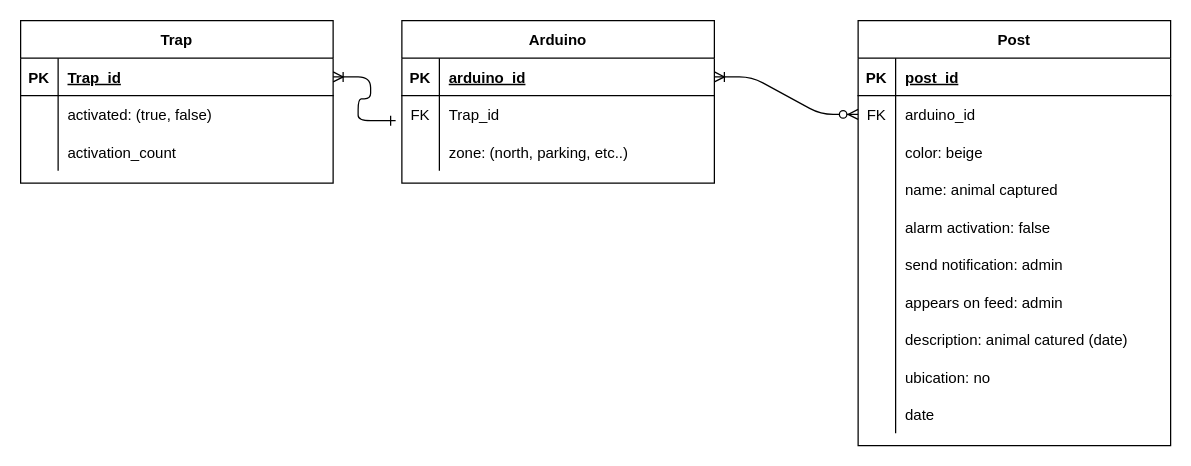
The draw.io diagram ERM IoT.drawio in EmergenBis/emergenbis-iot-backend, before the edit. Source tidied: cells renumbered, new cells numbered last; positions are measured from the earlier drawing's top-left corner, leaving out a move shared by most shapes. Both pictures are drawn from the tidied source at 125%, with x=0, y=0 at pixel (20, 20).
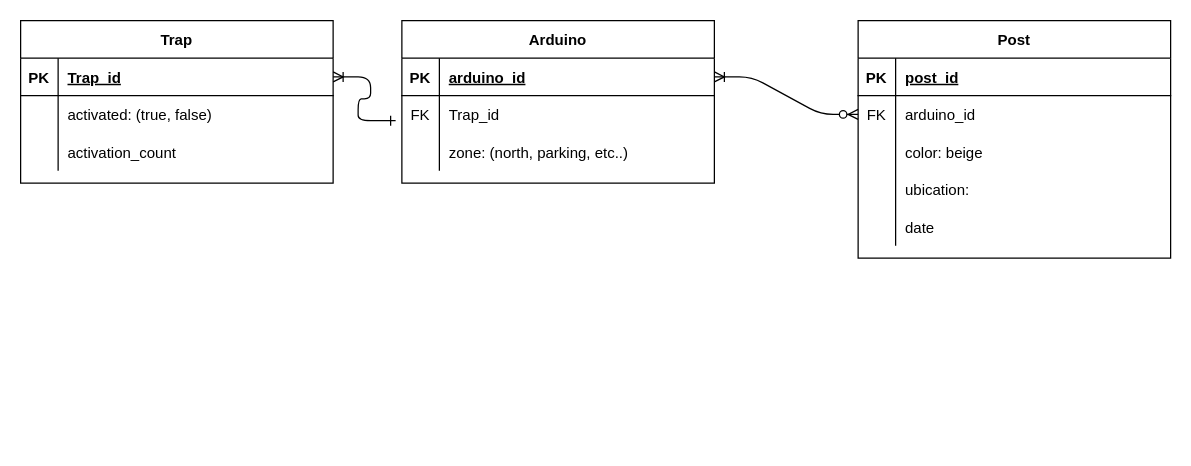
The same page after the edit.

What changed in the source:
```diff
@@
     <mxCell id="13" value="Post" style="shape=table;startSize=30;childLayout=tableLayout;rowLines=0;fontStyle=1;align=center;" parent="1" vertex="1">
-      <mxGeometry x="670" width="250" height="340" as="geometry" />
+      <mxGeometry x="670" width="250" height="190" as="geometry" />
     </mxCell>
@@
-    <mxCell id="23" style="shape=partialRectangle;fillColor=none;top=0;left=0;right=0;bottom=0;" parent="13" vertex="1">
-      <mxGeometry y="120" width="250" height="30" as="geometry" />
-    </mxCell>
-    <mxCell id="24" style="shape=partialRectangle;overflow=hidden;fillColor=none;top=0;left=0;bottom=0;right=0;" parent="23" vertex="1">
-      <mxGeometry width="30" height="30" as="geometry" />
-    </mxCell>
-    <mxCell id="25" value="name: animal captured" style="shape=partialRectangle;overflow=hidden;fillColor=none;top=0;left=0;bottom=0;right=0;align=left;spacingLeft=6;" parent="23" vertex="1">
-      <mxGeometry x="30" width="220" height="30" as="geometry" />
-    </mxCell>
-    <mxCell id="26" style="shape=partialRectangle;fillColor=none;top=0;left=0;right=0;bottom=0;" parent="13" vertex="1">
-      <mxGeometry y="150" width="250" height="30" as="geometry" />
-    </mxCell>
-    <mxCell id="27" style="shape=partialRectangle;overflow=hidden;fillColor=none;top=0;left=0;bottom=0;right=0;" parent="26" vertex="1">
-      <mxGeometry width="30" height="30" as="geometry" />
-    </mxCell>
-    <mxCell id="28" value="alarm activation: false" style="shape=partialRectangle;overflow=hidden;fillColor=none;top=0;left=0;bottom=0;right=0;align=left;spacingLeft=6;" parent="26" vertex="1">
-      <mxGeometry x="30" width="220" height="30" as="geometry" />
-    </mxCell>
-    <mxCell id="29" style="shape=partialRectangle;fillColor=none;top=0;left=0;right=0;bottom=0;" parent="13" vertex="1">
-      <mxGeometry y="180" width="250" height="30" as="geometry" />
-    </mxCell>
-    <mxCell id="30" style="shape=partialRectangle;overflow=hidden;fillColor=none;top=0;left=0;bottom=0;right=0;" parent="29" vertex="1">
-      <mxGeometry width="30" height="30" as="geometry" />
-    </mxCell>
-    <mxCell id="31" value="send notification: admin" style="shape=partialRectangle;overflow=hidden;fillColor=none;top=0;left=0;bottom=0;right=0;align=left;spacingLeft=6;" parent="29" vertex="1">
-      <mxGeometry x="30" width="220" height="30" as="geometry" />
-    </mxCell>
-    <mxCell id="32" style="shape=partialRectangle;fillColor=none;top=0;left=0;right=0;bottom=0;" parent="13" vertex="1">
-      <mxGeometry y="210" width="250" height="30" as="geometry" />
-    </mxCell>
-    <mxCell id="33" style="shape=partialRectangle;overflow=hidden;fillColor=none;top=0;left=0;bottom=0;right=0;" parent="32" vertex="1">
-      <mxGeometry width="30" height="30" as="geometry" />
-    </mxCell>
-    <mxCell id="34" value="appears on feed: admin" style="shape=partialRectangle;overflow=hidden;fillColor=none;top=0;left=0;bottom=0;right=0;align=left;spacingLeft=6;" parent="32" vertex="1">
-      <mxGeometry x="30" width="220" height="30" as="geometry" />
-    </mxCell>
-    <mxCell id="35" style="shape=partialRectangle;fillColor=none;top=0;left=0;right=0;bottom=0;" parent="13" vertex="1">
-      <mxGeometry y="240" width="250" height="30" as="geometry" />
-    </mxCell>
-    <mxCell id="36" style="shape=partialRectangle;overflow=hidden;fillColor=none;top=0;left=0;bottom=0;right=0;" parent="35" vertex="1">
-      <mxGeometry width="30" height="30" as="geometry" />
-    </mxCell>
-    <mxCell id="37" value="description: animal catured (date)" style="shape=partialRectangle;overflow=hidden;fillColor=none;top=0;left=0;bottom=0;right=0;align=left;spacingLeft=6;" parent="35" vertex="1">
-      <mxGeometry x="30" width="220" height="30" as="geometry" />
-    </mxCell>
     <mxCell id="38" style="shape=partialRectangle;fillColor=none;top=0;left=0;right=0;bottom=0;" parent="13" vertex="1">
-      <mxGeometry y="270" width="250" height="30" as="geometry" />
+      <mxGeometry y="120" width="250" height="30" as="geometry" />
     </mxCell>
@@
-    <mxCell id="40" value="ubication: no" style="shape=partialRectangle;overflow=hidden;fillColor=none;top=0;left=0;bottom=0;right=0;align=left;spacingLeft=6;" parent="38" vertex="1">
+    <mxCell id="40" value="ubication:" style="shape=partialRectangle;overflow=hidden;fillColor=none;top=0;left=0;bottom=0;right=0;align=left;spacingLeft=6;" parent="38" vertex="1">
       <mxGeometry x="30" width="220" height="30" as="geometry" />
     </mxCell>
     <mxCell id="41" style="shape=partialRectangle;fillColor=none;top=0;left=0;right=0;bottom=0;" parent="13" vertex="1">
-      <mxGeometry y="300" width="250" height="30" as="geometry" />
+      <mxGeometry y="150" width="250" height="30" as="geometry" />
     </mxCell>
```
